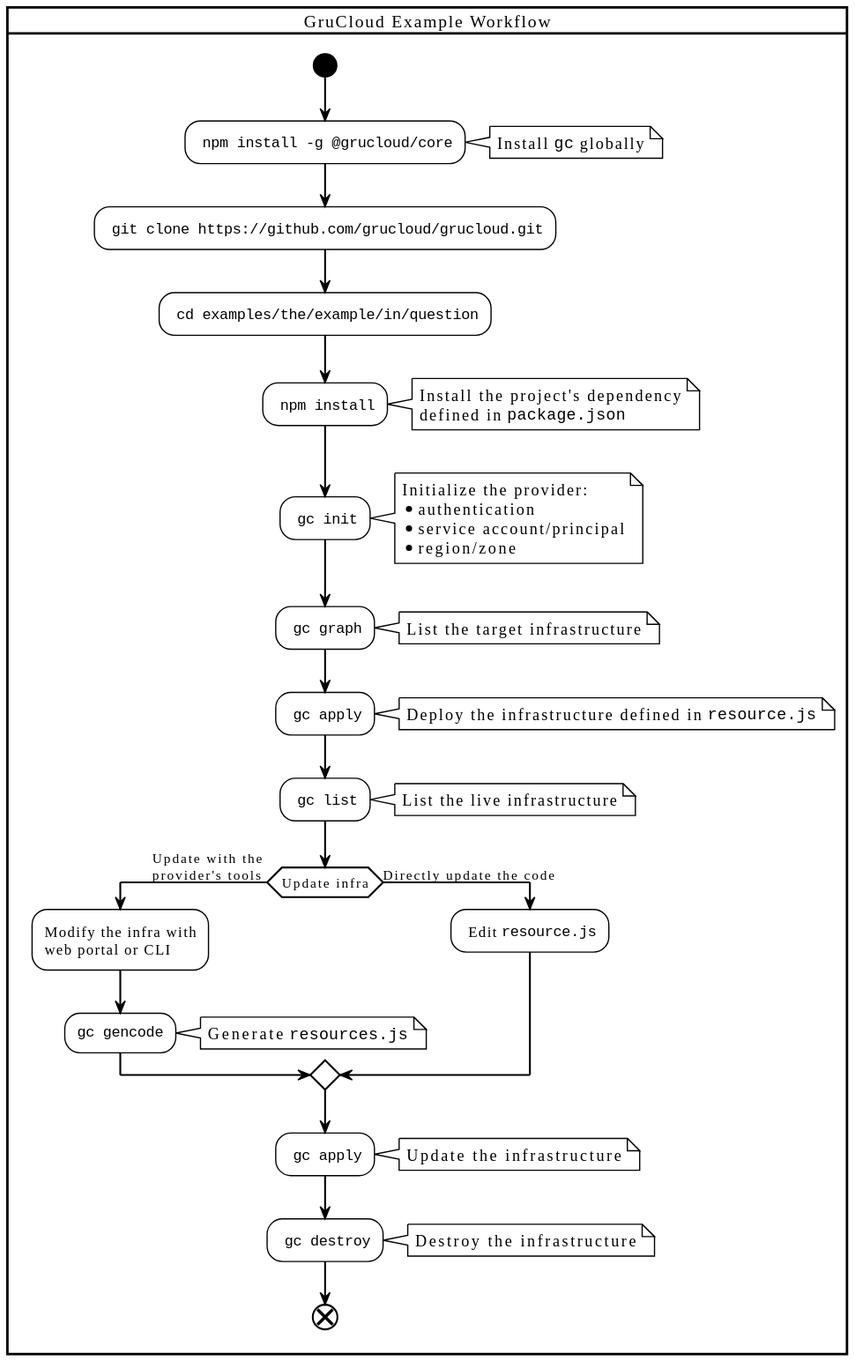
The PlantUML diagram docusaurus/plantuml/gc-example-workflow.svg in grucloud/grucloud, before a commit. Its diagram source:
```plantuml
@startuml gc-example-workflow
!theme plain

skinparam svgLinkTarget _blank

card "GruCloud Example Workflow" {
start
: ""npm install -g @grucloud/core"";
note right
Install ""gc"" globally
end note

: ""git clone https://github.com/grucloud/grucloud.git"";
: ""cd examples/the/example/in/question"";
: ""npm install"";
note right
Install the project's dependency
defined in ""package.json""
end note

: ""gc init"";
note right
Initialize the provider:
* authentication
* service account/principal
* region/zone
end note

: ""gc graph"";
note right
List the target infrastructure
end note

: ""gc apply"";
note right
Deploy the infrastructure defined in ""resource.js""
end note
: ""gc list"";
note right
List the live infrastructure
end note
if (Update infra) then (Update with the \nprovider's tools)
  :Modify the infra with\nweb portal or CLI;
  :""gc gencode"";
  note right
Generate ""resources.js""
end note
else (Directly update the code)
  : Edit ""resource.js"";
endif
: ""gc apply"";
note right
Update  the infrastructure
end note
: ""gc destroy"";
note right
Destroy  the infrastructure
end note
end

}
@enduml
```
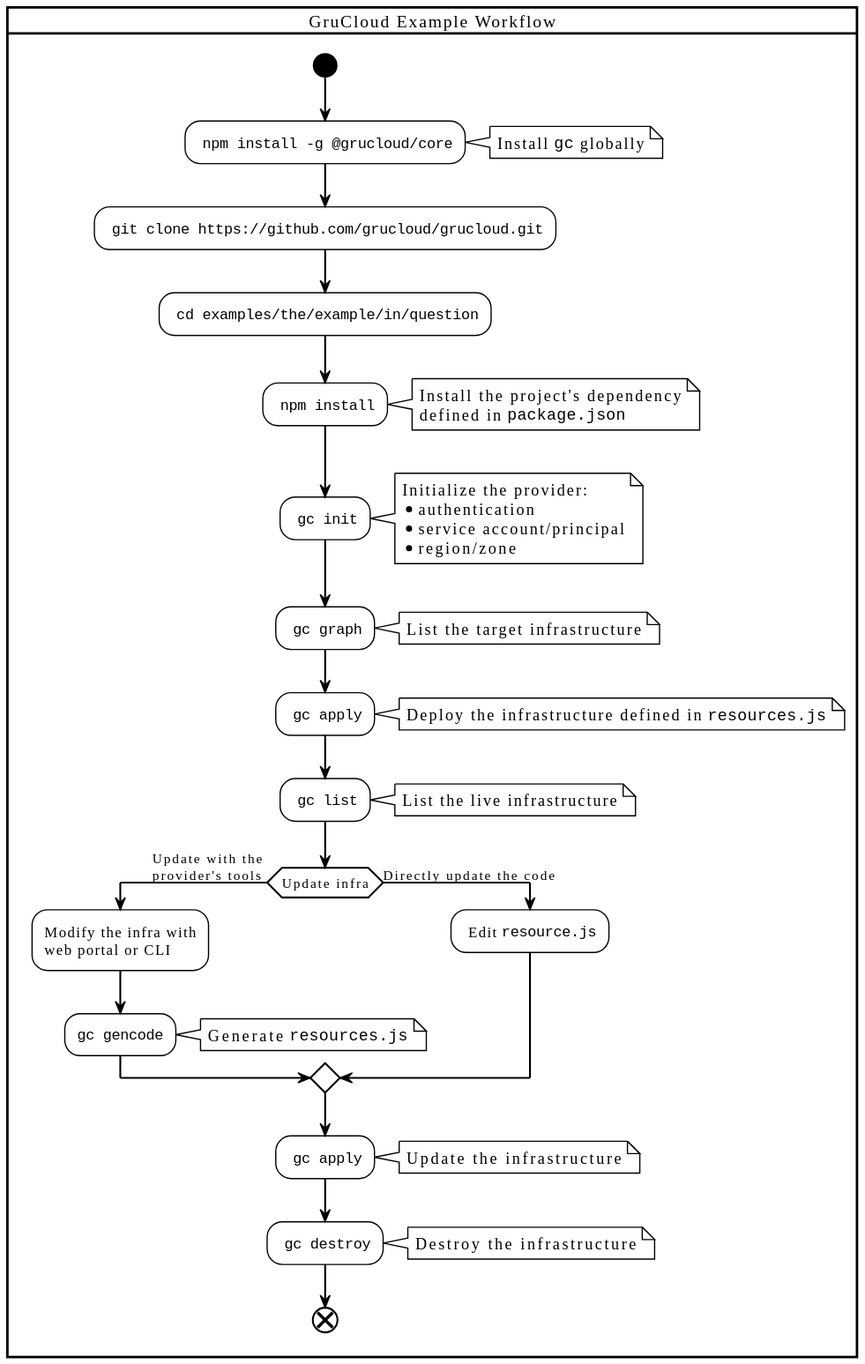
Later version of the same file.

Commit message:
cloudfront example README

Diff of the diagram source:
```diff
@@ -33,7 +33,7 @@
 
 : ""gc apply"";
 note right
-Deploy the infrastructure defined in ""resource.js""
+Deploy the infrastructure defined in ""resources.js""
 end note
 : ""gc list"";
 note right
```
